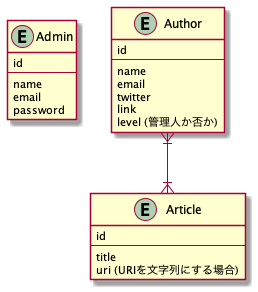
The PlantUML diagram documents/erd.png in comorebi-notes/yorozuya, before a commit. Source of this version:
```plantuml
@startuml

entity Admin {
  id
  --
  name
  email
  password
}

entity Author {
  id
  --
  name
  email
  twitter
  link
  level (管理人か否か)
}

entity Article {
  id
  --
  title
  uri (URIを文字列にする場合)
}

Author }|--|{ Article

@enduml
```
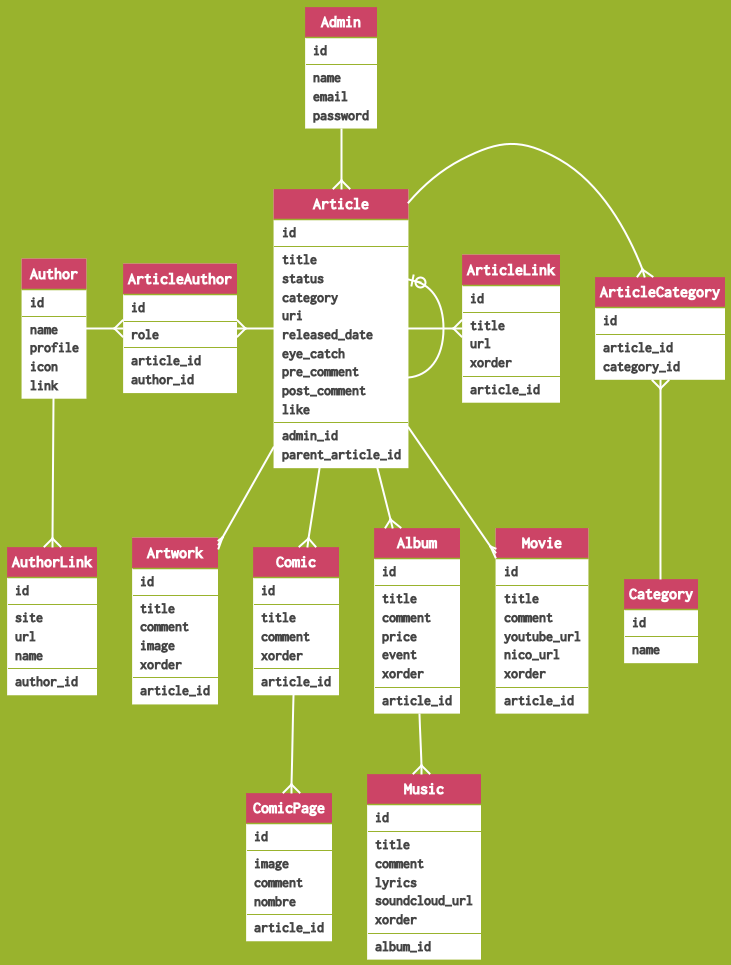
Above is the later version.

Diff of the diagram source:
```diff
@@ -1,4 +1,25 @@
 @startuml
+
+hide circle
+
+skinparam Shadowing false
+skinparam DefaultFontName "Ricty Diminished"
+skinparam DefaultFontSize 14
+skinparam DefaultFontStyle bold
+skinparam classFontSize 16
+skinparam classFontStyle bold
+skinparam ArrowColor white
+skinparam ArrowThickness 2
+skinparam Padding 2
+skinparam ClassBorderThickness 0
+
+skinparam DefaultFontColor #444
+skinparam BackgroundColor #99b32d
+skinparam ClassBorderColor #99b32d
+skinparam ClassHeaderBackgroundColor #c46
+skinparam ClassBackgroundColor #fff
+skinparam StereotypeCBackgroundColor #fff
+skinparam classFontColor #fff
 
 entity Admin {
   id
@@ -8,23 +29,154 @@
   password
 }
 
+entity Article {
+  id
+  --
+  title
+  status
+  category
+  uri
+  released_date
+  eye_catch
+  pre_comment
+  post_comment
+  like
+  --
+  admin_id
+  parent_article_id
+}
+
+entity ArticleCategory {
+  id
+  --
+  article_id
+  category_id
+}
+
+entity Category {
+  id
+  --
+  name
+}
+
+entity ArticleLink {
+  id
+  --
+  title
+  url
+  xorder
+  --
+  article_id
+}
+
+entity Album {
+  id
+  --
+  title
+  comment
+  price
+  event
+  xorder
+  --
+  article_id
+}
+
+entity Music {
+  id
+  --
+  title
+  comment
+  lyrics
+  soundcloud_url
+  xorder
+  --
+  album_id
+}
+
+entity Movie {
+  id
+  --
+  title
+  comment
+  youtube_url
+  nico_url
+  xorder
+  --
+  article_id
+}
+
+entity Artwork {
+  id
+  --
+  title
+  comment
+  image
+  xorder
+  --
+  article_id
+}
+
+entity Comic {
+  id
+  --
+  title
+  comment
+  xorder
+  --
+  article_id
+}
+
+entity ComicPage {
+  id
+  --
+  image
+  comment
+  nombre
+  --
+  article_id
+}
+
+entity ArticleAuthor {
+  id
+  --
+  role
+  --
+  article_id
+  author_id
+}
+
 entity Author {
   id
   --
   name
-  email
-  twitter
+  profile
+  icon
   link
-  level (管理人か否か)
 }
 
-entity Article {
+entity AuthorLink {
   id
   --
-  title
-  uri (URIを文字列にする場合)
+  site
+  url
+  name
+  --
+  author_id
 }
 
-Author }|--|{ Article
+Admin --{ Article
+Article -{ ArticleCategory
+ArticleCategory }-- Category
+Article -{ ArticleLink
+Article --{ Album
+Album --{ Music
+Article --{ Artwork
+Article --{ Movie
+Article --{ Comic
+Comic --{ ComicPage
+Author -{ ArticleAuthor
+ArticleAuthor }- Article
+Author --{ AuthorLink
+Article |o- Article
 
 @enduml
```
